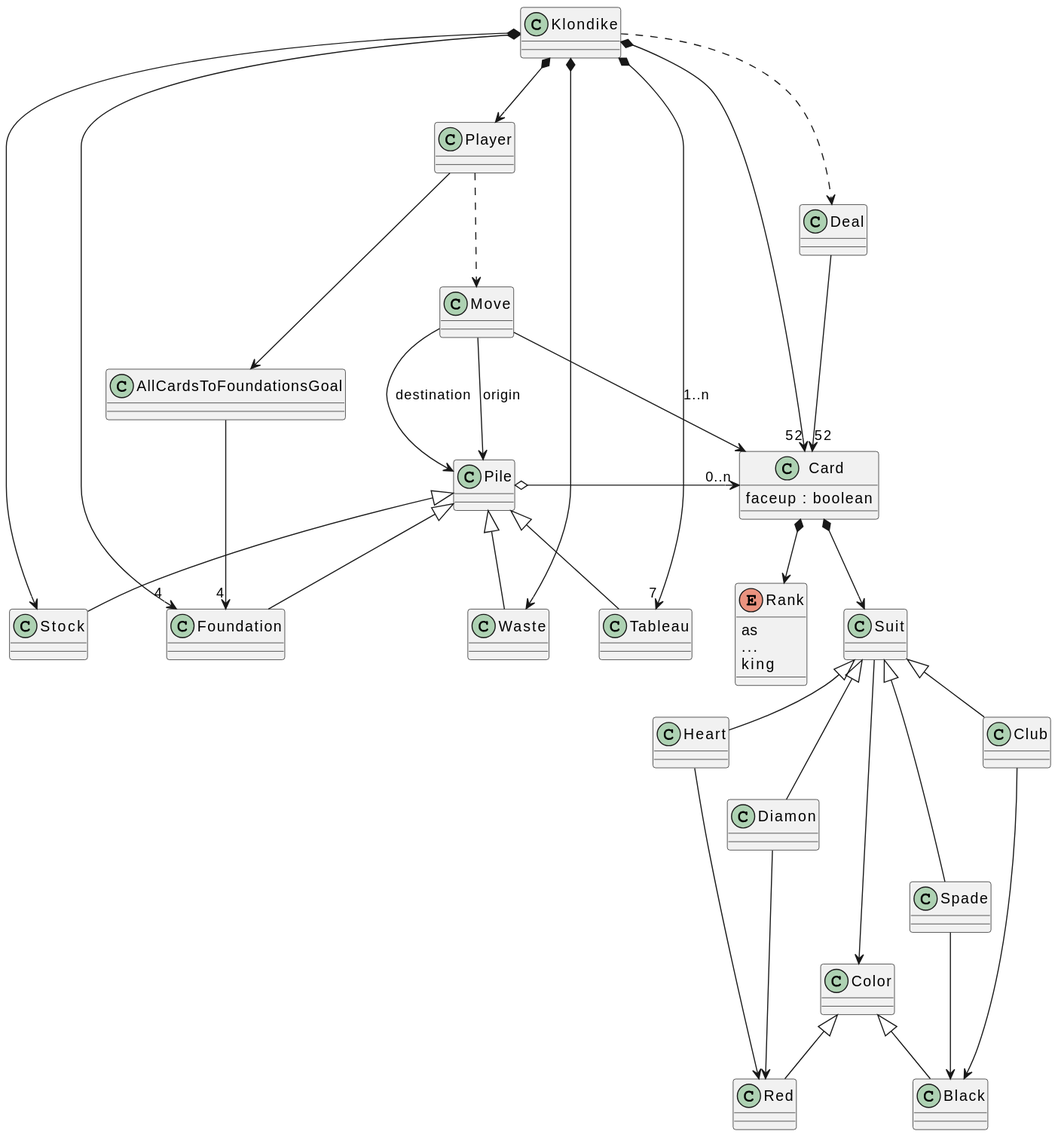
Earlier version of the PlantUML export disciplinasSoftware/game-klondike/docs/images/Vocabulary.svg (USantaTecla-ed-mpds/lab-chomsky).
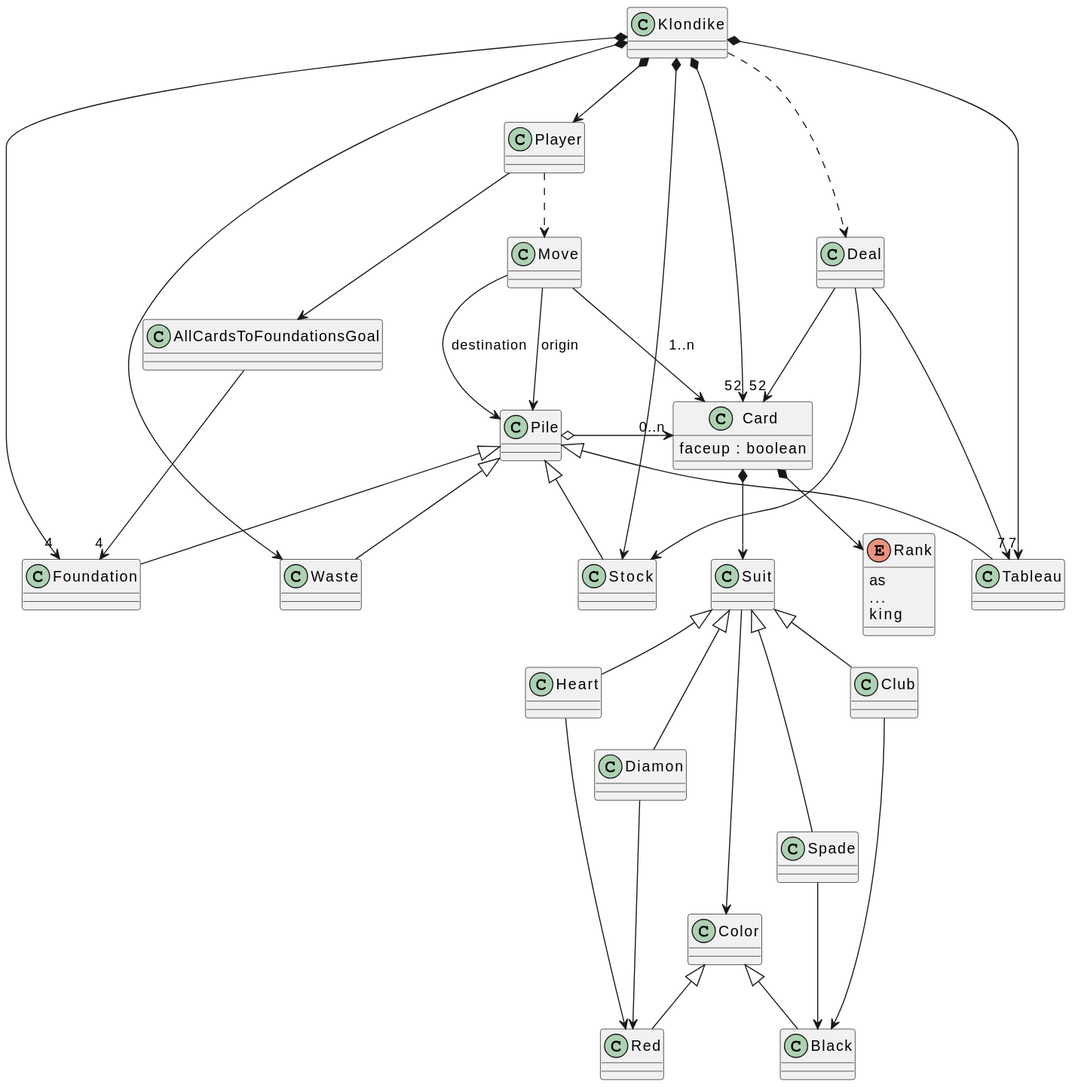
The same file after the commit.

Commit message:
Add Klondike domain model

Diff of the diagram source:
```diff
@@ -8,6 +8,8 @@
 Klondike *-down-> "4" Foundation
 Klondike..> Deal
 Deal --> "52" Card
+Deal --> "7" Tableau
+Deal --> Stock
 Card *-down-> Suit
 Card *-down-> Rank
 enum Rank{
```
